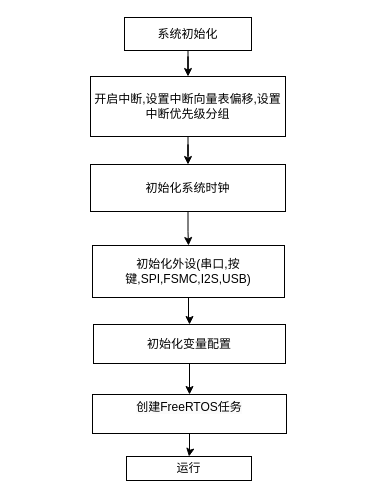
The draw.io diagram 资料/论文资料/系统初始化函数过程.drawio in DongLongWang-Project/My_STM32_Phone, before the edit. Source tidied: cells renumbered, new cells numbered last; positions are measured from the earlier drawing's top-left corner, leaving out a move shared by most shapes. Both pictures are drawn from the tidied source at 100%, with x=0, y=0 at pixel (90, 17).
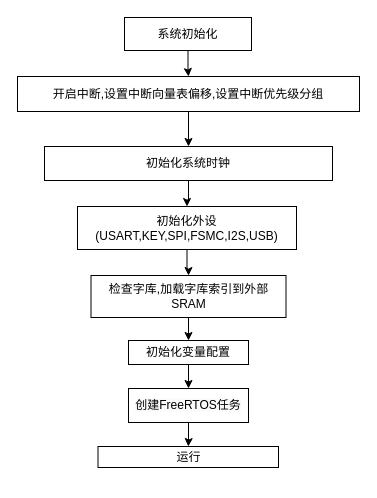
Above is the later version.

The edit, as a diff of the source:
```diff
@@
 <mxGraphModel>
   <root>
     <mxCell id="0" />
     <mxCell id="1" parent="0" />
     <mxCell id="2" style="edgeStyle=orthogonalEdgeStyle;rounded=0;jettySize=auto;html=1;" parent="1" edge="1" source="3" target="5">
       <mxGeometry relative="1" as="geometry" />
     </mxCell>
     <mxCell id="3" value="系统初始化" style="rounded=0;whiteSpace=wrap;html=1;" parent="1" vertex="1">
       <mxGeometry x="34" width="127" height="33" as="geometry" />
     </mxCell>
     <mxCell id="4" style="edgeStyle=orthogonalEdgeStyle;rounded=0;jettySize=auto;html=1;" parent="1" edge="1" source="5" target="7">
       <mxGeometry relative="1" as="geometry" />
     </mxCell>
     <mxCell id="5" value="开启中断,设置中断向量表偏移,设置中断优先级分组" style="whiteSpace=wrap;html=1;rounded=0;" parent="1" vertex="1">
-      <mxGeometry y="59" width="195" height="60" as="geometry" />
+      <mxGeometry x="-73" y="59" width="342" height="35" as="geometry" />
     </mxCell>
     <mxCell id="6" style="edgeStyle=orthogonalEdgeStyle;rounded=0;jettySize=auto;html=1;" parent="1" edge="1" source="7" target="9">
       <mxGeometry relative="1" as="geometry" />
     </mxCell>
     <mxCell id="7" value="初始化系统时钟" style="whiteSpace=wrap;html=1;rounded=0;" parent="1" vertex="1">
-      <mxGeometry y="147" width="195" height="47" as="geometry" />
+      <mxGeometry x="-46" y="129" width="288" height="34" as="geometry" />
     </mxCell>
-    <mxCell id="8" style="edgeStyle=orthogonalEdgeStyle;rounded=0;jettySize=auto;html=1;" parent="1" edge="1" source="9" target="11">
-      <mxGeometry relative="1" as="geometry" />
-    </mxCell>
+    <mxCell id="15" style="edgeStyle=orthogonalEdgeStyle;rounded=0;jettySize=auto;html=1;" parent="1" edge="1" source="9" target="17">
+      <mxGeometry relative="1" as="geometry" />
+    </mxCell>
-    <mxCell id="9" value="初始化外设(串口,按键,SPI,FSMC,I2S,USB)" style="whiteSpace=wrap;html=1;rounded=0;" parent="1" vertex="1">
-      <mxGeometry x="2" y="228" width="192" height="52" as="geometry" />
+    <mxCell id="9" value="初始化外设(USART,KEY,SPI,FSMC,I2S,USB)" style="whiteSpace=wrap;html=1;rounded=0;" parent="1" vertex="1">
+      <mxGeometry x="-13" y="189" width="219" height="43" as="geometry" />
     </mxCell>
-    <mxCell id="10" style="edgeStyle=orthogonalEdgeStyle;rounded=0;jettySize=auto;html=1;" parent="1" edge="1" source="11" target="13">
-      <mxGeometry relative="1" as="geometry" />
-    </mxCell>
-    <mxCell id="11" value="初始化变量配置" style="whiteSpace=wrap;html=1;rounded=0;" parent="1" vertex="1">
-      <mxGeometry x="3" y="307" width="192" height="39" as="geometry" />
+    <mxCell id="11" value="运行" style="whiteSpace=wrap;html=1;rounded=0;" parent="1" vertex="1">
+      <mxGeometry x="7.5" y="429" width="180.5" height="21" as="geometry" />
     </mxCell>
-    <mxCell id="12" style="edgeStyle=orthogonalEdgeStyle;rounded=0;jettySize=auto;html=1;" parent="1" edge="1" source="13" target="14">
-      <mxGeometry relative="1" as="geometry" />
-    </mxCell>
+    <mxCell id="16" style="edgeStyle=orthogonalEdgeStyle;rounded=0;jettySize=auto;html=1;" parent="1" edge="1" source="17" target="19">
+      <mxGeometry relative="1" as="geometry" />
+    </mxCell>
+    <mxCell id="17" value="检查字库,加载字库索引到外部SRAM" style="whiteSpace=wrap;html=1;rounded=0;" parent="1" vertex="1">
+      <mxGeometry x="0.5" y="258" width="195" height="42" as="geometry" />
+    </mxCell>
+    <mxCell id="18" style="edgeStyle=orthogonalEdgeStyle;rounded=0;jettySize=auto;html=1;" parent="1" edge="1" source="19" target="13">
+      <mxGeometry relative="1" as="geometry" />
+    </mxCell>
+    <mxCell id="19" value="初始化变量配置" style="whiteSpace=wrap;html=1;rounded=0;" parent="1" vertex="1">
+      <mxGeometry x="38" y="323" width="120" height="24" as="geometry" />
+    </mxCell>
+    <mxCell id="20" style="edgeStyle=orthogonalEdgeStyle;rounded=0;jettySize=auto;html=1;" parent="1" edge="1" source="13" target="11">
+      <mxGeometry relative="1" as="geometry" />
+    </mxCell>
-    <mxCell id="13" value="&#10;&lt;span style=&quot;color: rgb(0, 0, 0); font-family: Helvetica; font-size: 12px; font-style: normal; font-variant-ligatures: normal; font-variant-caps: normal; font-weight: 400; letter-spacing: normal; orphans: 2; text-align: center; text-indent: 0px; text-transform: none; widows: 2; word-spacing: 0px; -webkit-text-stroke-width: 0px; white-space: normal; background-color: rgb(251, 251, 251); text-decoration-thickness: initial; text-decoration-style: initial; text-decoration-color: initial; display: inline !important; float: none;&quot;&gt;创建FreeRTOS任务&lt;/span&gt;&#10;&#10;" style="whiteSpace=wrap;html=1;rounded=0;" parent="1" vertex="1">
-      <mxGeometry x="2" y="377" width="194" height="39" as="geometry" />
+    <mxCell id="13" value="&#10;&lt;br style=&quot;forced-color-adjust: none; color: rgb(0, 0, 0); font-family: Helvetica; font-size: 12px; font-style: normal; font-variant-ligatures: normal; font-variant-caps: normal; font-weight: 400; letter-spacing: normal; orphans: 2; text-align: center; text-indent: 0px; text-transform: none; widows: 2; word-spacing: 0px; -webkit-text-stroke-width: 0px; white-space: normal; background-color: rgb(251, 251, 251); text-decoration-thickness: initial; text-decoration-style: initial; text-decoration-color: initial;&quot;&gt;&lt;span style=&quot;forced-color-adjust: none; color: rgb(0, 0, 0); font-family: Helvetica; font-size: 12px; font-style: normal; font-variant-ligatures: normal; font-variant-caps: normal; font-weight: 400; letter-spacing: normal; orphans: 2; text-align: center; text-indent: 0px; text-transform: none; widows: 2; word-spacing: 0px; -webkit-text-stroke-width: 0px; white-space: normal; text-decoration-thickness: initial; text-decoration-style: initial; text-decoration-color: initial; background-color: rgb(251, 251, 251); float: none; display: inline !important;&quot;&gt;创建FreeRTOS任务&lt;/span&gt;&lt;br style=&quot;forced-color-adjust: none; color: rgb(0, 0, 0); font-family: Helvetica; font-size: 12px; font-style: normal; font-variant-ligatures: normal; font-variant-caps: normal; font-weight: 400; letter-spacing: normal; orphans: 2; text-align: center; text-indent: 0px; text-transform: none; widows: 2; word-spacing: 0px; -webkit-text-stroke-width: 0px; white-space: normal; background-color: rgb(251, 251, 251); text-decoration-thickness: initial; text-decoration-style: initial; text-decoration-color: initial;&quot;&gt;&#10;&#10;" style="whiteSpace=wrap;html=1;rounded=0;" parent="1" vertex="1">
+      <mxGeometry x="38" y="371" width="120" height="34" as="geometry" />
     </mxCell>
-    <mxCell id="14" value="运行" style="whiteSpace=wrap;html=1;rounded=0;" parent="1" vertex="1">
-      <mxGeometry x="36" y="439" width="125" height="24" as="geometry" />
-    </mxCell>
   </root>
 </mxGraphModel>
```
